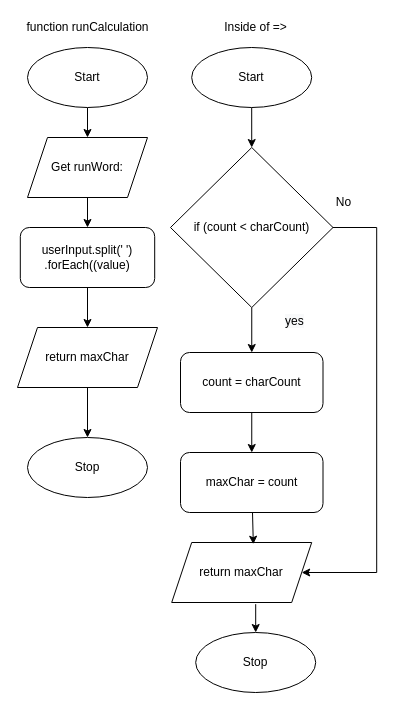
Above: Drawio/Flowchart.drawio in JacksonNaufal/ics4u-assignment-2-ERROR--typescript (draw.io), before the change. Source tidied: cells renumbered, new cells numbered last; positions are measured from the earlier drawing's top-left corner, leaving out a move shared by most shapes. Both pictures are drawn from the tidied source at 100%, with x=0, y=0 at pixel (17, 17).
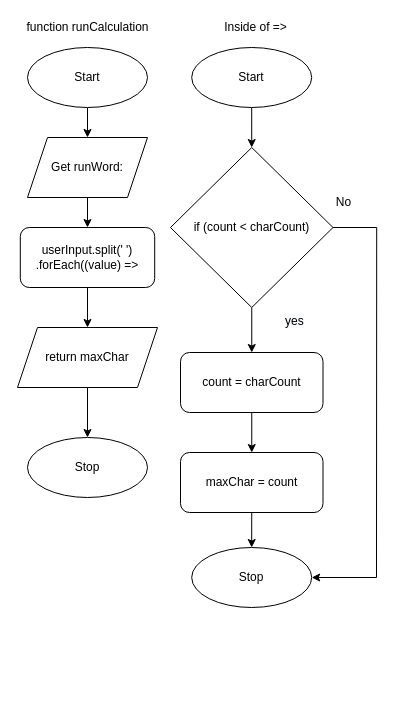
After the change.

Unchanged cells that the change refers to:
```xml
<mxCell id="10" value="if (count &amp;lt; charCount)" style="rhombus;whiteSpace=wrap;html=1;" parent="1" vertex="1">
  <mxGeometry x="153" y="130" width="162.5" height="160" as="geometry" />
</mxCell>
<mxCell id="15" value="maxChar = count" style="rounded=1;whiteSpace=wrap;html=1;" parent="1" vertex="1">
  <mxGeometry x="163" y="435" width="142.5" height="60" as="geometry" />
</mxCell>
```

Diff of the diagram source:
```diff
@@
     <mxCell id="4" value="Stop" style="ellipse;whiteSpace=wrap;html=1;" parent="1" vertex="1">
-      <mxGeometry x="178.2" y="615" width="120" height="60" as="geometry" />
+      <mxGeometry x="174.2" y="530" width="120" height="60" as="geometry" />
     </mxCell>
-    <mxCell id="5" style="edgeStyle=none;html=1;exitX=0.6;exitY=1.028;exitDx=0;exitDy=0;exitPerimeter=0;" parent="1" edge="1" source="6" target="4">
-      <mxGeometry relative="1" as="geometry" />
-    </mxCell>
-    <mxCell id="6" value="return maxChar" style="shape=parallelogram;perimeter=parallelogramPerimeter;whiteSpace=wrap;html=1;fixedSize=1;" parent="1" vertex="1">
-      <mxGeometry x="154.2" y="525" width="140" height="60" as="geometry" />
-    </mxCell>
@@
-    <mxCell id="8" style="edgeStyle=none;html=1;entryX=1;entryY=0.5;entryDx=0;entryDy=0;rounded=0;" parent="1" edge="1" source="10" target="6">
+    <mxCell id="8" style="edgeStyle=none;html=1;entryX=1;entryY=0.5;entryDx=0;entryDy=0;rounded=0;" parent="1" edge="1" source="10" target="4">
       <mxGeometry relative="1" as="geometry">
         <Array as="points">
           <mxPoint x="359.2" y="210" />
-          <mxPoint x="359.2" y="555" />
+          <mxPoint x="359" y="560" />
         </Array>
       </mxGeometry>
     </mxCell>
@@
-    <mxCell id="14" style="edgeStyle=none;rounded=0;html=1;entryX=0.583;entryY=0.029;entryDx=0;entryDy=0;entryPerimeter=0;" parent="1" edge="1" source="15" target="6">
-      <mxGeometry relative="1" as="geometry" />
-    </mxCell>
+    <mxCell id="27" style="edgeStyle=none;html=1;entryX=0.5;entryY=0;entryDx=0;entryDy=0;" parent="1" edge="1" source="15" target="4">
+      <mxGeometry relative="1" as="geometry" />
+    </mxCell>
@@
-    <mxCell id="24" value="userInput.split(' ')&lt;br&gt;.forEach((value)" style="rounded=1;whiteSpace=wrap;html=1;" parent="1" vertex="1">
+    <mxCell id="24" value="userInput.split(' ')&lt;br&gt;.forEach((value) =&amp;gt;" style="rounded=1;whiteSpace=wrap;html=1;" parent="1" vertex="1">
       <mxGeometry x="2.8" y="210" width="134.4" height="60" as="geometry" />
     </mxCell>
```
